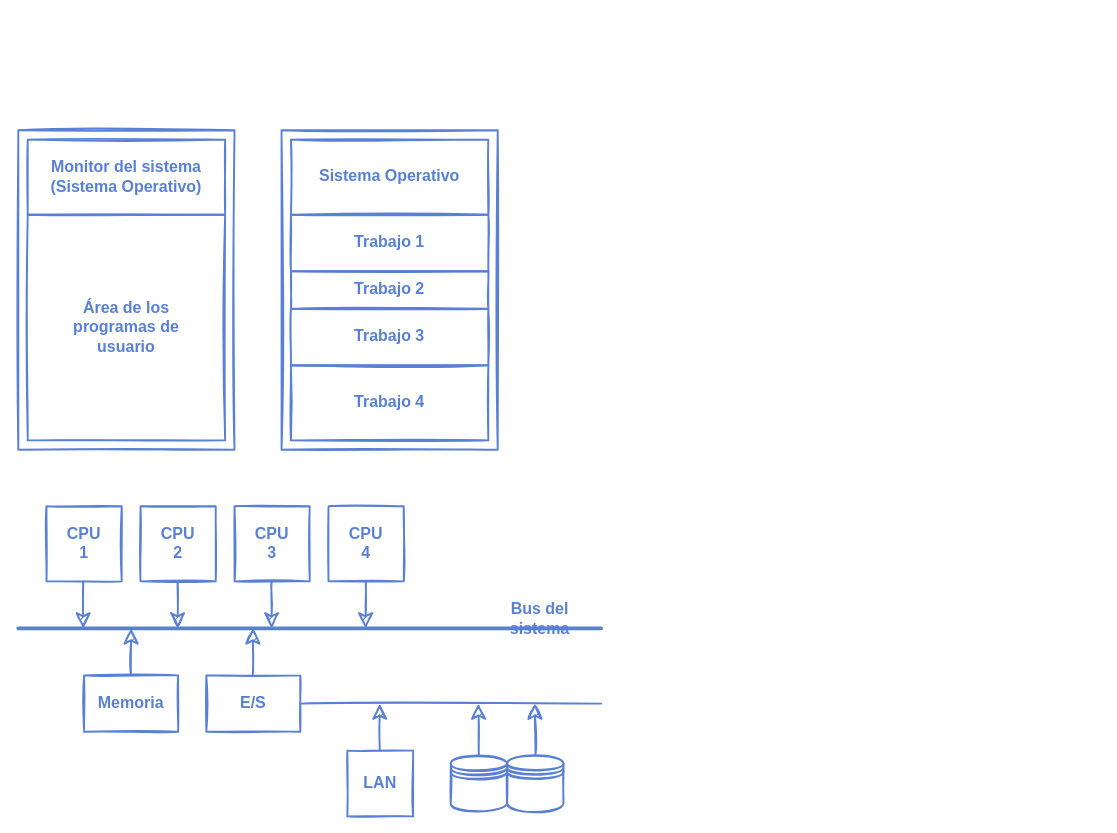
Before: content/C02-tipos_de_sistemas/esquemas.drawio in ull-esit-sistemas-operativos/ssoo-apuntes, a draw.io diagram. Source tidied: cells renumbered, new cells numbered last; positions are measured from the earlier drawing's top-left corner, leaving out a move shared by most shapes. Both pictures are drawn from the tidied source at 94%, with x=0, y=0 at pixel (18, 130).
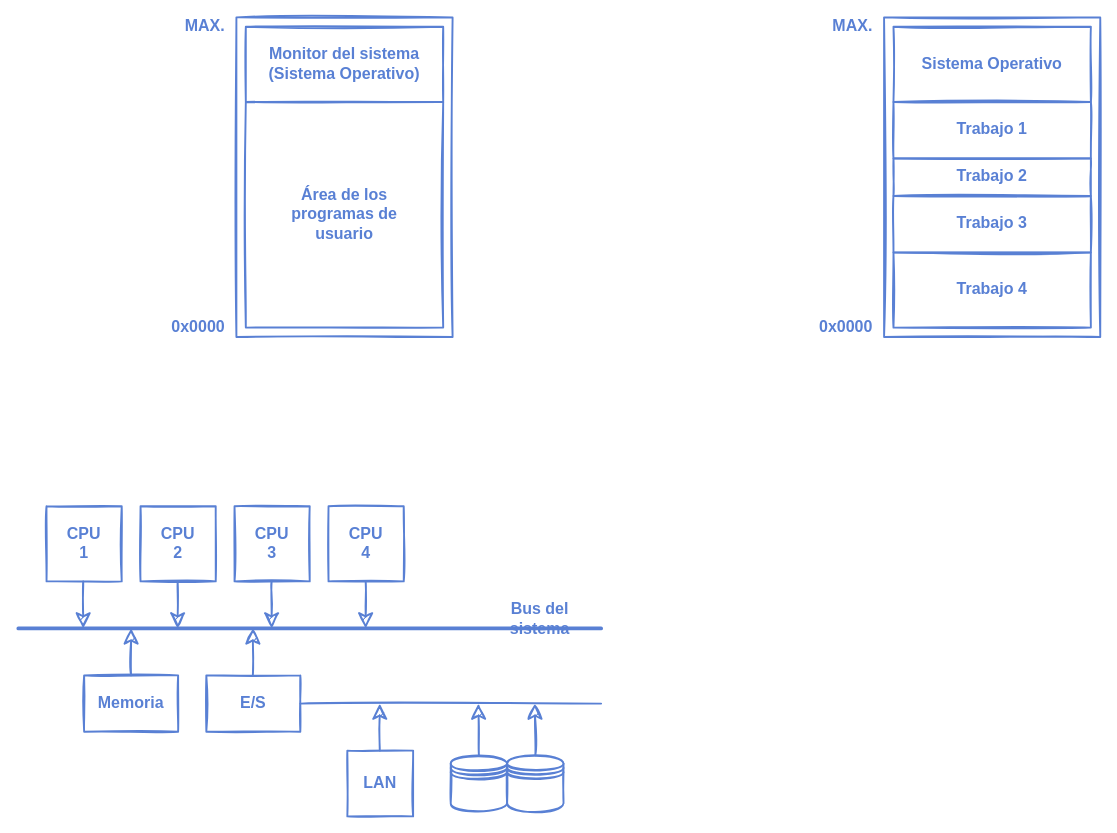
The same diagram, later.

Commit message:
Actuallización de esquemas cap02

What changed in the source:
```diff
@@
     <mxCell id="2" style="rounded=0;whiteSpace=wrap;html=1;shadow=0;sketch=1;strokeColor=#5980D4;strokeWidth=2;fillColor=none;fontFamily=Ink Free;fontSize=17;fontColor=#5980d4;spacing=20;" parent="1" vertex="1">
-      <mxGeometry width="230" height="340" as="geometry" />
+      <mxGeometry x="232" y="-120" width="230" height="340" as="geometry" />
     </mxCell>
     <mxCell id="3" style="rounded=0;whiteSpace=wrap;html=1;shadow=0;sketch=1;strokeColor=#5980D4;strokeWidth=2;fillColor=none;fontFamily=Ink Free;fontSize=17;fontColor=#5980d4;spacing=20;" parent="1" vertex="1">
-      <mxGeometry x="280" width="230" height="340" as="geometry" />
+      <mxGeometry x="921" y="-120" width="230" height="340" as="geometry" />
     </mxCell>
     <mxCell id="4" value="&lt;b&gt;Monitor del sistema&lt;br&gt;(Sistema Operativo)&lt;/b&gt;" style="rounded=0;whiteSpace=wrap;html=1;shadow=0;sketch=1;strokeColor=#5980D4;strokeWidth=2;fillColor=none;fontFamily=Ink Free;fontSize=17;fontColor=#5980d4;spacing=20;" parent="1" vertex="1">
-      <mxGeometry x="10" y="10" width="210" height="80" as="geometry" />
+      <mxGeometry x="242" y="-110" width="210" height="80" as="geometry" />
     </mxCell>
     <mxCell id="5" value="&lt;b&gt;Área de los programas de usuario&lt;/b&gt;" style="rounded=0;whiteSpace=wrap;html=1;shadow=0;sketch=1;strokeColor=#5980D4;strokeWidth=2;fillColor=none;fontFamily=Ink Free;fontSize=17;fontColor=#5980d4;spacing=20;" parent="1" vertex="1">
-      <mxGeometry x="10" y="90" width="210" height="240" as="geometry" />
+      <mxGeometry x="242" y="-30" width="210" height="240" as="geometry" />
     </mxCell>
     <mxCell id="6" value="&lt;b&gt;Sistema Operativo&lt;/b&gt;" style="rounded=0;whiteSpace=wrap;html=1;shadow=0;sketch=1;strokeColor=#5980D4;strokeWidth=2;fillColor=none;fontFamily=Ink Free;fontSize=17;fontColor=#5980d4;spacing=20;" parent="1" vertex="1">
-      <mxGeometry x="290" y="10" width="210" height="80" as="geometry" />
+      <mxGeometry x="931" y="-110" width="210" height="80" as="geometry" />
     </mxCell>
     <mxCell id="7" value="&lt;b&gt;Trabajo 1&lt;/b&gt;" style="rounded=0;whiteSpace=wrap;html=1;shadow=0;sketch=1;strokeColor=#5980D4;strokeWidth=2;fillColor=none;fontFamily=Ink Free;fontSize=17;fontColor=#5980d4;spacing=20;" parent="1" vertex="1">
-      <mxGeometry x="290" y="90" width="210" height="60" as="geometry" />
+      <mxGeometry x="931" y="-30" width="210" height="60" as="geometry" />
     </mxCell>
     <mxCell id="8" value="&lt;b&gt;Trabajo 2&lt;br&gt;&lt;/b&gt;" style="rounded=0;whiteSpace=wrap;html=1;shadow=0;sketch=1;strokeColor=#5980D4;strokeWidth=2;fillColor=none;fontFamily=Ink Free;fontSize=17;fontColor=#5980d4;spacing=20;" parent="1" vertex="1">
-      <mxGeometry x="290" y="150" width="210" height="40" as="geometry" />
+      <mxGeometry x="931" y="30" width="210" height="40" as="geometry" />
     </mxCell>
     <mxCell id="9" value="&lt;b&gt;Trabajo 3&lt;br&gt;&lt;/b&gt;" style="rounded=0;whiteSpace=wrap;html=1;shadow=0;sketch=1;strokeColor=#5980D4;strokeWidth=2;fillColor=none;fontFamily=Ink Free;fontSize=17;fontColor=#5980d4;spacing=20;" parent="1" vertex="1">
-      <mxGeometry x="290" y="190" width="210" height="60" as="geometry" />
+      <mxGeometry x="931" y="70" width="210" height="60" as="geometry" />
     </mxCell>
     <mxCell id="10" value="&lt;b&gt;Trabajo 4&lt;br&gt;&lt;/b&gt;" style="rounded=0;whiteSpace=wrap;html=1;shadow=0;sketch=1;strokeColor=#5980D4;strokeWidth=2;fillColor=none;fontFamily=Ink Free;fontSize=17;fontColor=#5980d4;spacing=20;" parent="1" vertex="1">
-      <mxGeometry x="290" y="250" width="210" height="80" as="geometry" />
+      <mxGeometry x="931" y="130" width="210" height="80" as="geometry" />
     </mxCell>
@@
+    <mxCell id="32" value="0x0000" style="text;html=1;strokeColor=none;fillColor=none;align=right;verticalAlign=middle;whiteSpace=wrap;rounded=0;shadow=0;sketch=1;fontFamily=Ink Free;fontSize=17;fontColor=#5980d4;fontStyle=1;spacingRight=10;" parent="1" vertex="1">
+      <mxGeometry x="157" y="200" width="75" height="20" as="geometry" />
+    </mxCell>
+    <mxCell id="33" value="MAX." style="text;html=1;strokeColor=none;fillColor=none;align=right;verticalAlign=middle;whiteSpace=wrap;rounded=0;shadow=0;sketch=1;fontFamily=Ink Free;fontSize=17;fontColor=#5980d4;fontStyle=1;spacingRight=10;" parent="1" vertex="1">
+      <mxGeometry x="157" y="-120" width="75" height="20" as="geometry" />
+    </mxCell>
+    <mxCell id="34" value="0x0000" style="text;html=1;strokeColor=none;fillColor=none;align=right;verticalAlign=middle;whiteSpace=wrap;rounded=0;shadow=0;sketch=1;fontFamily=Ink Free;fontSize=17;fontColor=#5980d4;fontStyle=1;spacingRight=10;" parent="1" vertex="1">
+      <mxGeometry x="846" y="200" width="75" height="20" as="geometry" />
+    </mxCell>
+    <mxCell id="35" value="MAX." style="text;html=1;strokeColor=none;fillColor=none;align=right;verticalAlign=middle;whiteSpace=wrap;rounded=0;shadow=0;sketch=1;fontFamily=Ink Free;fontSize=17;fontColor=#5980d4;fontStyle=1;spacingRight=10;" parent="1" vertex="1">
+      <mxGeometry x="846" y="-120" width="75" height="20" as="geometry" />
+    </mxCell>
```
